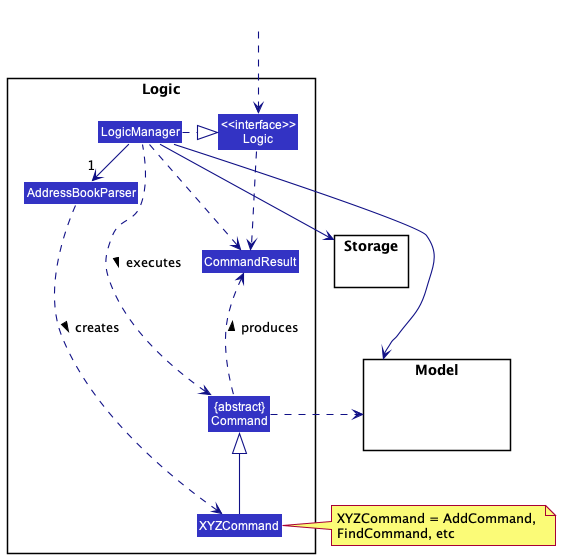
Before: docs/images/LogicClassDiagram.png, a diagram exported from PlantUML (nus-cs2103-AY2223S2/tp).
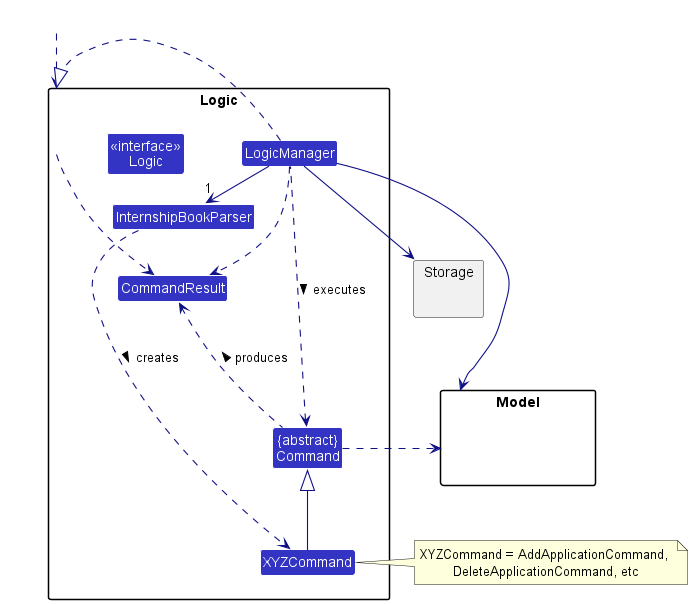
After the change.

Diff of the diagram source:
```diff
@@ -6,7 +6,7 @@
 
 package Logic {
 
-Class AddressBookParser
+Class InternshipBookParser
 Class XYZCommand
 Class CommandResult
 Class "{abstract}\nCommand" as Command
@@ -27,8 +27,8 @@
 HiddenOutside ..> Logic
 
 LogicManager .right.|> Logic
-LogicManager -right->"1" AddressBookParser
-AddressBookParser ..> XYZCommand : creates >
+LogicManager -right->"1" InternshipBookParser
+InternshipBookParser ..> XYZCommand : creates >
 
 XYZCommand -up-|> Command
 LogicManager .left.> Command : executes >
@@ -38,7 +38,7 @@
 Storage --[hidden] Model
 Command .[hidden]up.> Storage
 Command .right.> Model
-note right of XYZCommand: XYZCommand = AddCommand, \nFindCommand, etc
+note right of XYZCommand: XYZCommand = AddApplicationCommand, \nDeleteApplicationCommand, etc
 
 Logic ..> CommandResult
 LogicManager .down.> CommandResult
```
